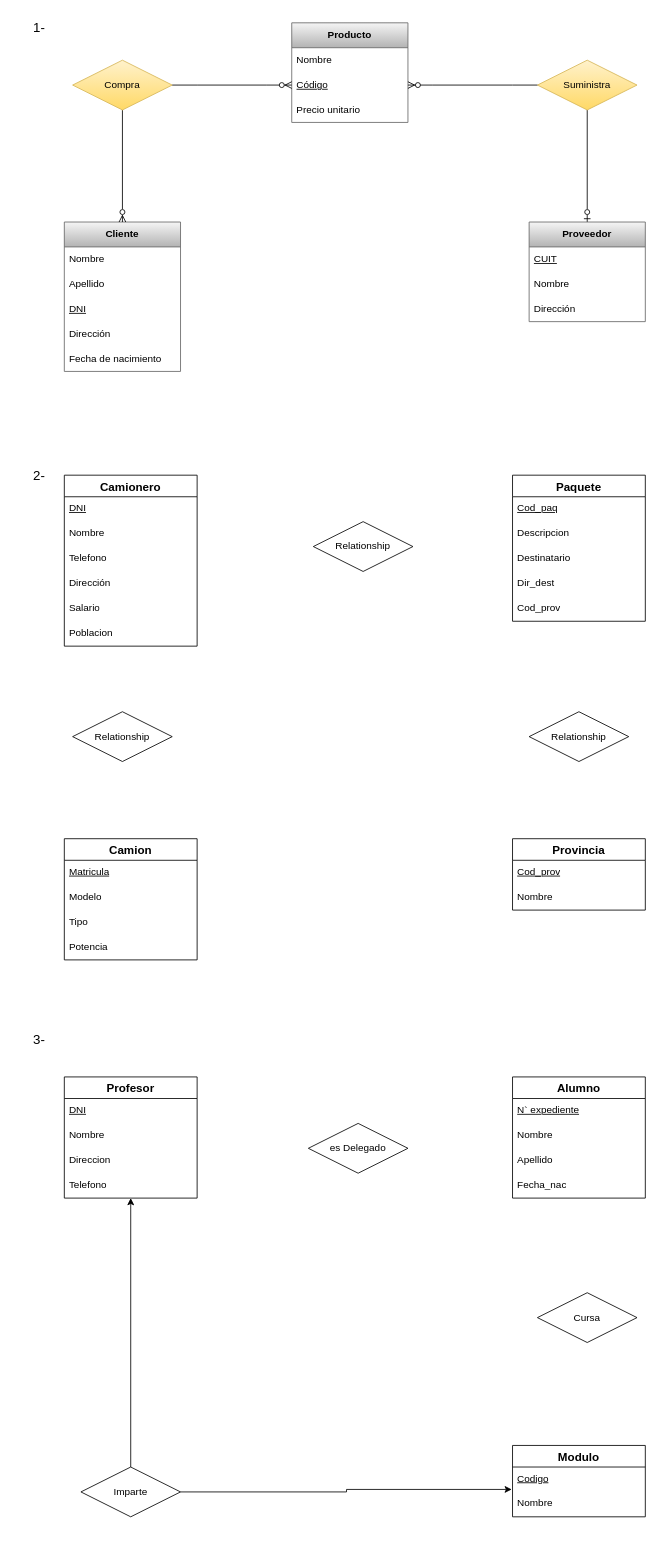
The draw.io diagram GuiaEjercicios2.drawio in JuanPaBV/DyABasesDatos, before the edit. Source tidied: cells renumbered, new cells numbered last; positions are measured from the earlier drawing's top-left corner, leaving out a move shared by most shapes. Both pictures are drawn from the tidied source at 83%, with x=0, y=0 at pixel (14, 14).
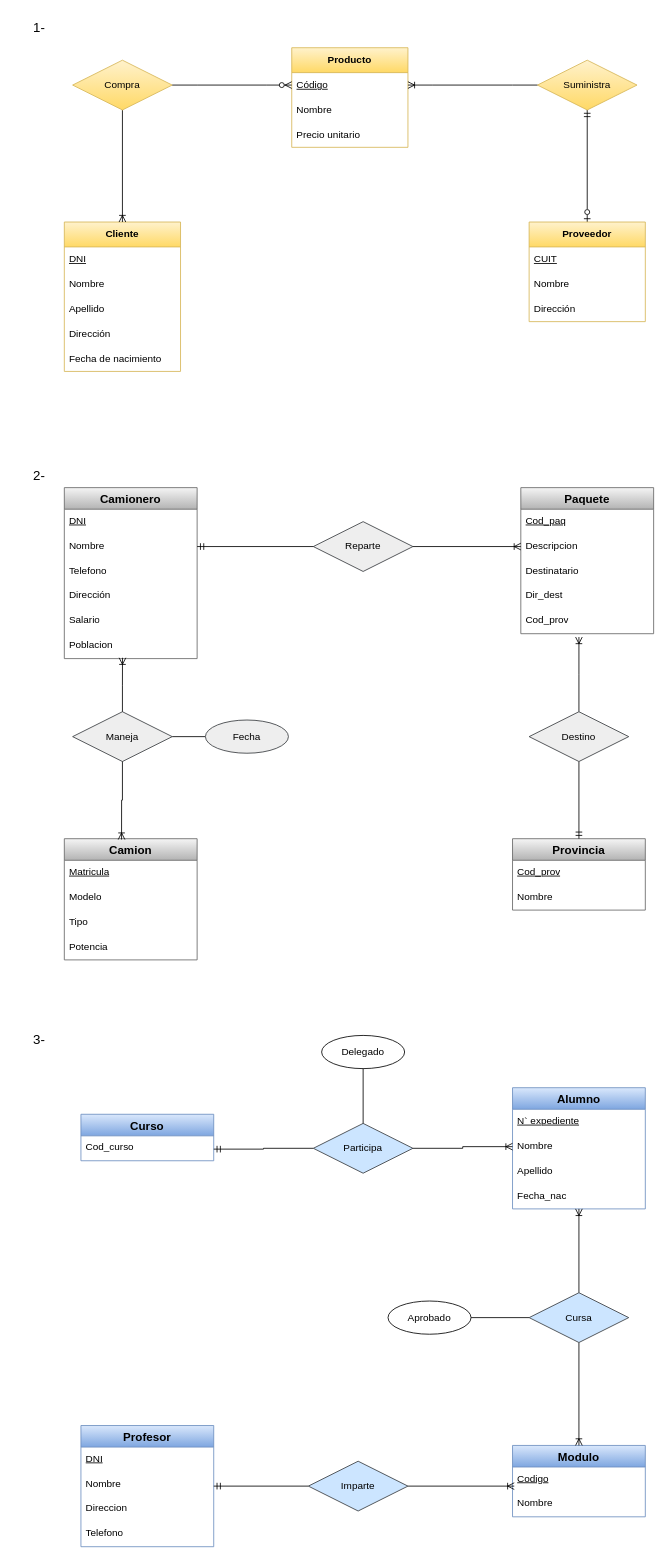
Above is the later version.

Unchanged cells that the change refers to:
```xml
<mxCell id="18" value="Compra" style="shape=rhombus;perimeter=rhombusPerimeter;whiteSpace=wrap;html=1;align=center;fillColor=#fff2cc;gradientColor=#ffd966;strokeColor=#d6b656;" parent="1" vertex="1">
  <mxGeometry x="70" y="55" width="120" height="60" as="geometry" />
</mxCell>
<mxCell id="19" value="Suministra" style="shape=rhombus;perimeter=rhombusPerimeter;whiteSpace=wrap;html=1;align=center;fillColor=#fff2cc;gradientColor=#ffd966;strokeColor=#d6b656;" parent="1" vertex="1">
  <mxGeometry x="630" y="55" width="120" height="60" as="geometry" />
</mxCell>
<mxCell id="26" value="Nombre" style="text;strokeColor=none;fillColor=none;spacingLeft=4;spacingRight=4;overflow=hidden;points=[[0,0.5],[1,0.5]];portConstraint=eastwest;fontSize=12;whiteSpace=wrap;html=1;" parent="24" vertex="1">
  <mxGeometry y="56" width="160" height="30" as="geometry" />
</mxCell>
<mxCell id="30" value="Poblacion" style="text;strokeColor=none;fillColor=none;spacingLeft=4;spacingRight=4;overflow=hidden;points=[[0,0.5],[1,0.5]];portConstraint=eastwest;fontSize=12;whiteSpace=wrap;html=1;" parent="24" vertex="1">
  <mxGeometry y="176" width="160" height="30" as="geometry" />
</mxCell>
<mxCell id="33" value="Descripcion" style="text;strokeColor=none;fillColor=none;spacingLeft=4;spacingRight=4;overflow=hidden;points=[[0,0.5],[1,0.5]];portConstraint=eastwest;fontSize=12;whiteSpace=wrap;html=1;" parent="31" vertex="1">
  <mxGeometry y="56" width="160" height="30" as="geometry" />
</mxCell>
<mxCell id="55" value="&lt;u&gt;Codigo&lt;/u&gt;" style="text;strokeColor=none;fillColor=none;spacingLeft=4;spacingRight=4;overflow=hidden;points=[[0,0.5],[1,0.5]];portConstraint=eastwest;fontSize=12;whiteSpace=wrap;html=1;" parent="54" vertex="1">
  <mxGeometry y="26" width="160" height="30" as="geometry" />
</mxCell>
<mxCell id="59" value="Nombre" style="text;strokeColor=none;fillColor=none;spacingLeft=4;spacingRight=4;overflow=hidden;points=[[0,0.5],[1,0.5]];portConstraint=eastwest;fontSize=12;whiteSpace=wrap;html=1;" parent="57" vertex="1">
  <mxGeometry y="56" width="160" height="30" as="geometry" />
</mxCell>
```

Change to the diagram source:
```diff
@@
-    <mxCell id="2" value="Cliente" style="swimlane;fontStyle=1;horizontal=1;startSize=30;whiteSpace=wrap;html=1;fillColor=#f5f5f5;gradientColor=#b3b3b3;strokeColor=#666666;" parent="1" vertex="1">
+    <mxCell id="2" value="Cliente" style="swimlane;fontStyle=1;horizontal=1;startSize=30;whiteSpace=wrap;html=1;fillColor=#fff2cc;gradientColor=#ffd966;strokeColor=#d6b656;" parent="1" vertex="1">
       <mxGeometry x="60" y="250" width="140" height="180" as="geometry" />
     </mxCell>
+    <mxCell id="5" value="DNI" style="text;strokeColor=none;fillColor=none;align=left;verticalAlign=middle;spacingLeft=4;spacingRight=4;overflow=hidden;whiteSpace=wrap;html=1;fontStyle=4;" parent="2" vertex="1">
+      <mxGeometry y="30" width="140" height="30" as="geometry" />
+    </mxCell>
     <mxCell id="3" value="Nombre" style="text;strokeColor=none;fillColor=none;align=left;verticalAlign=middle;spacingLeft=4;spacingRight=4;overflow=hidden;whiteSpace=wrap;html=1;" parent="2" vertex="1">
-      <mxGeometry y="30" width="140" height="30" as="geometry" />
+      <mxGeometry y="60" width="140" height="30" as="geometry" />
     </mxCell>
     <mxCell id="4" value="Apellido" style="text;strokeColor=none;fillColor=none;align=left;verticalAlign=middle;spacingLeft=4;spacingRight=4;overflow=hidden;whiteSpace=wrap;html=1;" parent="2" vertex="1">
-      <mxGeometry y="60" width="140" height="30" as="geometry" />
+      <mxGeometry y="90" width="140" height="30" as="geometry" />
     </mxCell>
-    <mxCell id="5" value="DNI" style="text;strokeColor=none;fillColor=none;align=left;verticalAlign=middle;spacingLeft=4;spacingRight=4;overflow=hidden;whiteSpace=wrap;html=1;fontStyle=4;" parent="2" vertex="1">
-      <mxGeometry y="90" width="140" height="30" as="geometry" />
-    </mxCell>
@@
-    <mxCell id="8" value="Producto" style="swimlane;fontStyle=1;horizontal=1;startSize=30;whiteSpace=wrap;html=1;fillColor=#f5f5f5;gradientColor=#b3b3b3;strokeColor=#666666;" parent="1" vertex="1">
-      <mxGeometry x="334" y="10" width="140" height="120" as="geometry" />
+    <mxCell id="8" value="Producto" style="swimlane;fontStyle=1;horizontal=1;startSize=30;whiteSpace=wrap;html=1;fillColor=#fff2cc;gradientColor=#ffd966;strokeColor=#d6b656;" parent="1" vertex="1">
+      <mxGeometry x="334" y="40" width="140" height="120" as="geometry" />
     </mxCell>
+    <mxCell id="10" value="Código" style="text;strokeColor=none;fillColor=none;align=left;verticalAlign=middle;spacingLeft=4;spacingRight=4;overflow=hidden;points=[[0,0.5],[1,0.5]];portConstraint=eastwest;whiteSpace=wrap;html=1;fontStyle=4;" parent="8" vertex="1">
+      <mxGeometry y="30" width="140" height="30" as="geometry" />
+    </mxCell>
     <mxCell id="9" value="Nombre" style="text;strokeColor=none;fillColor=none;align=left;verticalAlign=middle;spacingLeft=4;spacingRight=4;overflow=hidden;whiteSpace=wrap;html=1;" parent="8" vertex="1">
-      <mxGeometry y="30" width="140" height="30" as="geometry" />
+      <mxGeometry y="60" width="140" height="30" as="geometry" />
     </mxCell>
-    <mxCell id="10" value="Código" style="text;strokeColor=none;fillColor=none;align=left;verticalAlign=middle;spacingLeft=4;spacingRight=4;overflow=hidden;points=[[0,0.5],[1,0.5]];portConstraint=eastwest;whiteSpace=wrap;html=1;fontStyle=4;" parent="8" vertex="1">
-      <mxGeometry y="60" width="140" height="30" as="geometry" />
-    </mxCell>
@@
-    <mxCell id="12" style="edgeStyle=orthogonalEdgeStyle;rounded=0;jettySize=auto;html=1;exitX=0.5;exitY=0;exitDx=0;exitDy=0;entryX=0.5;entryY=1;entryDx=0;entryDy=0;endArrow=none;endFill=0;startArrow=ERzeroToOne;startFill=0;" parent="1" edge="1" source="13" target="19">
+    <mxCell id="12" style="edgeStyle=orthogonalEdgeStyle;rounded=0;jettySize=auto;html=1;exitX=0.5;exitY=0;exitDx=0;exitDy=0;entryX=0.5;entryY=1;entryDx=0;entryDy=0;endArrow=ERmandOne;endFill=0;startArrow=ERzeroToOne;startFill=0;" parent="1" edge="1" source="13" target="19">
       <mxGeometry relative="1" as="geometry" />
     </mxCell>
-    <mxCell id="13" value="Proveedor" style="swimlane;fontStyle=1;horizontal=1;startSize=30;whiteSpace=wrap;html=1;fillColor=#f5f5f5;gradientColor=#b3b3b3;strokeColor=#666666;" parent="1" vertex="1">
+    <mxCell id="13" value="Proveedor" style="swimlane;fontStyle=1;horizontal=1;startSize=30;whiteSpace=wrap;html=1;fillColor=#fff2cc;gradientColor=#ffd966;strokeColor=#d6b656;" parent="1" vertex="1">
       <mxGeometry x="620" y="250" width="140" height="120" as="geometry" />
     </mxCell>
@@
-    <mxCell id="17" style="edgeStyle=orthogonalEdgeStyle;rounded=0;jettySize=auto;html=1;exitX=0.5;exitY=1;exitDx=0;exitDy=0;entryX=0.5;entryY=0;entryDx=0;entryDy=0;endArrow=ERzeroToMany;endFill=0;" parent="1" edge="1" source="18" target="2">
+    <mxCell id="17" style="edgeStyle=orthogonalEdgeStyle;rounded=0;jettySize=auto;html=1;exitX=0.5;exitY=1;exitDx=0;exitDy=0;entryX=0.5;entryY=0;entryDx=0;entryDy=0;endArrow=ERoneToMany;endFill=0;" parent="1" edge="1" source="18" target="2">
       <mxGeometry relative="1" as="geometry" />
     </mxCell>
@@
-    <mxCell id="20" style="edgeStyle=entityRelationEdgeStyle;fontSize=12;html=1;endArrow=ERzeroToMany;endFill=1;rounded=0;entryX=1;entryY=0.5;entryDx=0;entryDy=0;exitX=0;exitY=0.5;exitDx=0;exitDy=0;" parent="1" edge="1" source="19" target="10">
+    <mxCell id="20" style="edgeStyle=entityRelationEdgeStyle;fontSize=12;html=1;endArrow=ERoneToMany;endFill=0;rounded=0;entryX=1;entryY=0.5;entryDx=0;entryDy=0;exitX=0;exitY=0.5;exitDx=0;exitDy=0;" parent="1" edge="1" source="19" target="10">
       <mxGeometry relative="1" as="geometry" />
     </mxCell>
@@
-    <mxCell id="24" value="Camionero" style="swimlane;fontStyle=1;horizontal=1;startSize=26;align=center;fontSize=14;" parent="1" vertex="1">
-      <mxGeometry x="60" y="555" width="160" height="206" as="geometry" />
+    <mxCell id="24" value="Camionero" style="swimlane;fontStyle=1;horizontal=1;startSize=26;align=center;fontSize=14;fillColor=#f5f5f5;gradientColor=#b3b3b3;strokeColor=#666666;" parent="1" vertex="1">
+      <mxGeometry x="60" y="570" width="160" height="206" as="geometry" />
     </mxCell>
@@
-    <mxCell id="31" value="Paquete" style="swimlane;fontStyle=1;horizontal=1;startSize=26;align=center;fontSize=14;" parent="1" vertex="1">
-      <mxGeometry x="600" y="555" width="160" height="176" as="geometry" />
+    <mxCell id="31" value="Paquete" style="swimlane;fontStyle=1;horizontal=1;startSize=26;align=center;fontSize=14;fillColor=#f5f5f5;gradientColor=#b3b3b3;strokeColor=#666666;" parent="1" vertex="1">
+      <mxGeometry x="610" y="570" width="160" height="176" as="geometry" />
     </mxCell>
@@
-    <mxCell id="37" value="Provincia" style="swimlane;fontStyle=1;horizontal=1;startSize=26;align=center;fontSize=14;" parent="1" vertex="1">
+    <mxCell id="37" value="Provincia" style="swimlane;fontStyle=1;horizontal=1;startSize=26;align=center;fontSize=14;fillColor=#f5f5f5;gradientColor=#b3b3b3;strokeColor=#666666;" parent="1" vertex="1">
       <mxGeometry x="600" y="993" width="160" height="86" as="geometry" />
     </mxCell>
@@
-    <mxCell id="40" value="Camion" style="swimlane;fontStyle=1;horizontal=1;startSize=26;align=center;fontSize=14;" parent="1" vertex="1">
+    <mxCell id="40" value="Camion" style="swimlane;fontStyle=1;horizontal=1;startSize=26;align=center;fontSize=14;fillColor=#f5f5f5;gradientColor=#b3b3b3;strokeColor=#666666;" parent="1" vertex="1">
       <mxGeometry x="60" y="993" width="160" height="146" as="geometry" />
     </mxCell>
@@
-    <mxCell id="45" value="Relationship" style="shape=rhombus;perimeter=rhombusPerimeter;whiteSpace=wrap;html=1;align=center;" parent="1" vertex="1">
+    <mxCell id="45" value="Reparte" style="shape=rhombus;perimeter=rhombusPerimeter;whiteSpace=wrap;html=1;align=center;fillColor=#eeeeee;strokeColor=#36393d;" parent="1" vertex="1">
       <mxGeometry x="360" y="611" width="120" height="60" as="geometry" />
     </mxCell>
+    <mxCell id="67" style="edgeStyle=orthogonalEdgeStyle;rounded=0;jettySize=auto;html=1;exitX=1;exitY=0.5;exitDx=0;exitDy=0;entryX=0;entryY=0.5;entryDx=0;entryDy=0;endArrow=none;endFill=0;" parent="1" edge="1" source="46" target="85">
+      <mxGeometry relative="1" as="geometry" />
+    </mxCell>
-    <mxCell id="46" value="Relationship" style="shape=rhombus;perimeter=rhombusPerimeter;whiteSpace=wrap;html=1;align=center;" parent="1" vertex="1">
+    <mxCell id="46" value="Maneja" style="shape=rhombus;perimeter=rhombusPerimeter;whiteSpace=wrap;html=1;align=center;fillColor=#eeeeee;strokeColor=#36393d;" parent="1" vertex="1">
       <mxGeometry x="70" y="840" width="120" height="60" as="geometry" />
     </mxCell>
+    <mxCell id="68" style="edgeStyle=orthogonalEdgeStyle;rounded=0;jettySize=auto;html=1;exitX=0.5;exitY=0;exitDx=0;exitDy=0;endArrow=ERoneToMany;endFill=0;" parent="1" edge="1" source="47">
+      <mxGeometry relative="1" as="geometry">
+        <mxPoint x="680" y="750" as="targetPoint" />
+      </mxGeometry>
+    </mxCell>
+    <mxCell id="69" style="edgeStyle=orthogonalEdgeStyle;rounded=0;jettySize=auto;html=1;exitX=0.5;exitY=1;exitDx=0;exitDy=0;entryX=0.5;entryY=0;entryDx=0;entryDy=0;endArrow=ERmandOne;endFill=0;" parent="1" edge="1" source="47" target="37">
+      <mxGeometry relative="1" as="geometry" />
+    </mxCell>
-    <mxCell id="47" value="Relationship" style="shape=rhombus;perimeter=rhombusPerimeter;whiteSpace=wrap;html=1;align=center;" parent="1" vertex="1">
+    <mxCell id="47" value="Destino" style="shape=rhombus;perimeter=rhombusPerimeter;whiteSpace=wrap;html=1;align=center;fillColor=#eeeeee;strokeColor=#36393d;" parent="1" vertex="1">
       <mxGeometry x="620" y="840" width="120" height="60" as="geometry" />
     </mxCell>
@@
-    <mxCell id="49" value="Profesor" style="swimlane;fontStyle=1;horizontal=1;startSize=26;align=center;fontSize=14;" parent="1" vertex="1">
-      <mxGeometry x="60" y="1280" width="160" height="146" as="geometry" />
+    <mxCell id="49" value="Profesor" style="swimlane;fontStyle=1;horizontal=1;startSize=26;align=center;fontSize=14;fillColor=#dae8fc;gradientColor=#7ea6e0;strokeColor=#6c8ebf;" parent="1" vertex="1">
+      <mxGeometry x="80" y="1700" width="160" height="146" as="geometry" />
     </mxCell>
@@
-    <mxCell id="54" value="Modulo" style="swimlane;fontStyle=1;horizontal=1;startSize=26;align=center;fontSize=14;" parent="1" vertex="1">
+    <mxCell id="54" value="Modulo" style="swimlane;fontStyle=1;horizontal=1;startSize=26;align=center;fontSize=14;fillColor=#dae8fc;gradientColor=#7ea6e0;strokeColor=#6c8ebf;" parent="1" vertex="1">
       <mxGeometry x="600" y="1724" width="160" height="86" as="geometry" />
     </mxCell>
@@
-    <mxCell id="57" value="Alumno" style="swimlane;fontStyle=1;horizontal=1;startSize=26;align=center;fontSize=14;" parent="1" vertex="1">
-      <mxGeometry x="600" y="1280" width="160" height="146" as="geometry" />
+    <mxCell id="57" value="Alumno" style="swimlane;fontStyle=1;horizontal=1;startSize=26;align=center;fontSize=14;fillColor=#dae8fc;gradientColor=#7ea6e0;strokeColor=#6c8ebf;" parent="1" vertex="1">
+      <mxGeometry x="600" y="1293" width="160" height="146" as="geometry" />
     </mxCell>
@@
-    <mxCell id="62" value="es Delegado" style="shape=rhombus;perimeter=rhombusPerimeter;whiteSpace=wrap;html=1;align=center;" parent="1" vertex="1">
-      <mxGeometry x="354" y="1336" width="120" height="60" as="geometry" />
-    </mxCell>
-    <mxCell id="63" value="Cursa" style="shape=rhombus;perimeter=rhombusPerimeter;whiteSpace=wrap;html=1;align=center;" parent="1" vertex="1">
-      <mxGeometry x="630" y="1540" width="120" height="60" as="geometry" />
-    </mxCell>
+    <mxCell id="70" value="Curso" style="swimlane;fontStyle=1;horizontal=1;startSize=26;align=center;fontSize=14;fillColor=#dae8fc;gradientColor=#7ea6e0;strokeColor=#6c8ebf;" parent="1" vertex="1">
+      <mxGeometry x="80" y="1325" width="160" height="56" as="geometry" />
+    </mxCell>
+    <mxCell id="71" value="Cod_curso" style="text;strokeColor=none;fillColor=none;spacingLeft=4;spacingRight=4;overflow=hidden;fontSize=12;whiteSpace=wrap;html=1;" parent="70" vertex="1">
+      <mxGeometry y="26" width="160" height="30" as="geometry" />
+    </mxCell>
-    <mxCell id="64" style="edgeStyle=orthogonalEdgeStyle;rounded=0;jettySize=auto;html=1;exitX=0.5;exitY=0;exitDx=0;exitDy=0;entryX=0.5;entryY=1;entryDx=0;entryDy=0;" parent="1" edge="1" source="65" target="49">
+    <mxCell id="64" style="edgeStyle=orthogonalEdgeStyle;rounded=0;jettySize=auto;html=1;exitX=0;exitY=0.5;exitDx=0;exitDy=0;entryX=1;entryY=0.5;entryDx=0;entryDy=0;endArrow=ERmandOne;endFill=0;" parent="1" edge="1" source="65" target="49">
       <mxGeometry relative="1" as="geometry" />
     </mxCell>
-    <mxCell id="65" value="Imparte" style="shape=rhombus;perimeter=rhombusPerimeter;whiteSpace=wrap;html=1;align=center;" parent="1" vertex="1">
-      <mxGeometry x="80" y="1750" width="120" height="60" as="geometry" />
+    <mxCell id="65" value="Imparte" style="shape=rhombus;perimeter=rhombusPerimeter;whiteSpace=wrap;html=1;align=center;fillColor=#cce5ff;strokeColor=#36393d;" parent="1" vertex="1">
+      <mxGeometry x="354" y="1743" width="120" height="60" as="geometry" />
     </mxCell>
-    <mxCell id="66" style="edgeStyle=orthogonalEdgeStyle;rounded=0;jettySize=auto;html=1;entryX=-0.006;entryY=0.9;entryDx=0;entryDy=0;entryPerimeter=0;" parent="1" edge="1" source="65" target="55">
+    <mxCell id="66" style="edgeStyle=orthogonalEdgeStyle;rounded=0;jettySize=auto;html=1;exitX=1;exitY=0.5;exitDx=0;exitDy=0;entryX=0.013;entryY=0.767;entryDx=0;entryDy=0;entryPerimeter=0;endArrow=ERoneToMany;endFill=0;" parent="1" edge="1" source="65" target="55">
       <mxGeometry relative="1" as="geometry" />
     </mxCell>
+    <mxCell id="72" style="edgeStyle=orthogonalEdgeStyle;rounded=0;jettySize=auto;html=1;exitX=0.5;exitY=0;exitDx=0;exitDy=0;entryX=0.5;entryY=1;entryDx=0;entryDy=0;endArrow=ERoneToMany;endFill=0;" parent="1" edge="1" source="63" target="57">
+      <mxGeometry relative="1" as="geometry" />
+    </mxCell>
+    <mxCell id="73" style="edgeStyle=orthogonalEdgeStyle;rounded=0;jettySize=auto;html=1;exitX=0.5;exitY=1;exitDx=0;exitDy=0;entryX=0.5;entryY=0;entryDx=0;entryDy=0;endArrow=ERoneToMany;endFill=0;" parent="1" edge="1" source="63" target="54">
+      <mxGeometry relative="1" as="geometry" />
+    </mxCell>
+    <mxCell id="74" style="edgeStyle=orthogonalEdgeStyle;rounded=0;jettySize=auto;html=1;exitX=0;exitY=0.5;exitDx=0;exitDy=0;entryX=1;entryY=0.5;entryDx=0;entryDy=0;endArrow=none;endFill=0;" parent="1" edge="1" source="63" target="77">
+      <mxGeometry relative="1" as="geometry" />
+    </mxCell>
+    <mxCell id="63" value="Cursa" style="shape=rhombus;perimeter=rhombusPerimeter;whiteSpace=wrap;html=1;align=center;fillColor=#cce5ff;strokeColor=#36393d;" parent="1" vertex="1">
+      <mxGeometry x="620" y="1540" width="120" height="60" as="geometry" />
+    </mxCell>
+    <mxCell id="75" style="edgeStyle=orthogonalEdgeStyle;rounded=0;jettySize=auto;html=1;exitX=0;exitY=0.5;exitDx=0;exitDy=0;entryX=1;entryY=0.75;entryDx=0;entryDy=0;endArrow=ERmandOne;endFill=0;" parent="1" edge="1" source="76" target="70">
+      <mxGeometry relative="1" as="geometry" />
+    </mxCell>
+    <mxCell id="76" value="&lt;div&gt;Participa&lt;/div&gt;" style="shape=rhombus;perimeter=rhombusPerimeter;whiteSpace=wrap;html=1;align=center;fillColor=#cce5ff;strokeColor=#36393d;" parent="1" vertex="1">
+      <mxGeometry x="360" y="1336" width="120" height="60" as="geometry" />
+    </mxCell>
+    <mxCell id="77" value="Aprobado" style="ellipse;whiteSpace=wrap;html=1;align=center;" parent="1" vertex="1">
+      <mxGeometry x="450" y="1550" width="100" height="40" as="geometry" />
+    </mxCell>
+    <mxCell id="78" style="edgeStyle=orthogonalEdgeStyle;rounded=0;jettySize=auto;html=1;exitX=1;exitY=0.5;exitDx=0;exitDy=0;endArrow=ERoneToMany;endFill=0;entryX=0;entryY=0.5;entryDx=0;entryDy=0;" parent="1" edge="1" source="76" target="59">
+      <mxGeometry relative="1" as="geometry" />
+    </mxCell>
+    <mxCell id="79" value="Delegado" style="ellipse;whiteSpace=wrap;html=1;align=center;" parent="1" vertex="1">
+      <mxGeometry x="370" y="1230" width="100" height="40" as="geometry" />
+    </mxCell>
+    <mxCell id="80" style="edgeStyle=orthogonalEdgeStyle;rounded=0;jettySize=auto;html=1;endArrow=none;endFill=0;" parent="1" edge="1" source="76" target="79">
+      <mxGeometry relative="1" as="geometry" />
+    </mxCell>
+    <mxCell id="81" style="edgeStyle=orthogonalEdgeStyle;rounded=0;jettySize=auto;html=1;exitX=0;exitY=0.5;exitDx=0;exitDy=0;entryX=1;entryY=0.5;entryDx=0;entryDy=0;endArrow=ERmandOne;endFill=0;" parent="1" edge="1" source="45" target="26">
+      <mxGeometry relative="1" as="geometry" />
+    </mxCell>
+    <mxCell id="82" style="edgeStyle=orthogonalEdgeStyle;rounded=0;jettySize=auto;html=1;exitX=1;exitY=0.5;exitDx=0;exitDy=0;endArrow=ERoneToMany;endFill=0;entryX=0;entryY=0.5;entryDx=0;entryDy=0;" parent="1" edge="1" source="45" target="33">
+      <mxGeometry relative="1" as="geometry" />
+    </mxCell>
+    <mxCell id="83" style="edgeStyle=orthogonalEdgeStyle;rounded=0;jettySize=auto;html=1;exitX=0.5;exitY=0;exitDx=0;exitDy=0;entryX=0.438;entryY=0.967;entryDx=0;entryDy=0;entryPerimeter=0;endArrow=ERoneToMany;endFill=0;" parent="1" edge="1" source="46" target="30">
+      <mxGeometry relative="1" as="geometry" />
+    </mxCell>
+    <mxCell id="84" style="edgeStyle=orthogonalEdgeStyle;rounded=0;jettySize=auto;html=1;exitX=0.5;exitY=1;exitDx=0;exitDy=0;entryX=0.431;entryY=0.007;entryDx=0;entryDy=0;entryPerimeter=0;endArrow=ERoneToMany;endFill=0;" parent="1" edge="1" source="46" target="40">
+      <mxGeometry relative="1" as="geometry" />
+    </mxCell>
+    <mxCell id="85" value="Fecha" style="ellipse;whiteSpace=wrap;html=1;align=center;fillColor=#eeeeee;strokeColor=#36393d;" parent="1" vertex="1">
+      <mxGeometry x="230" y="850" width="100" height="40" as="geometry" />
+    </mxCell>
```
